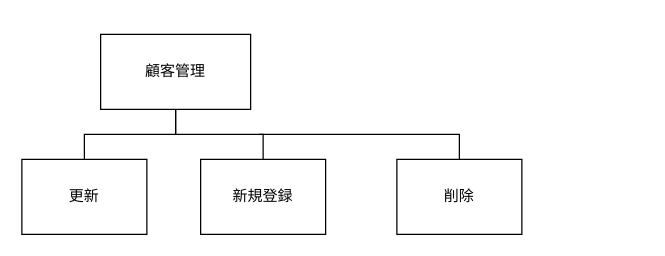
Earlier version of the draw.io diagram サブシステム構造図/顧客管理.drawio (Yamanin3/system-devel). Source tidied: cells renumbered, new cells numbered last; positions are measured from the earlier drawing's top-left corner, leaving out a move shared by most shapes. Both pictures are drawn from the tidied source at 125%, with x=0, y=0 at pixel (21, 34).
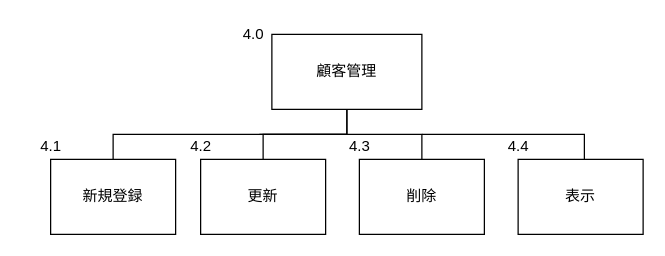
The same page after the edit.

Commit message:
内容を修正

The edit, as a diff of the source:
```diff
@@
 <mxGraphModel>
   <root>
     <mxCell id="0" />
     <mxCell id="1" parent="0" />
     <mxCell id="2" value="顧客管理" style="whiteSpace=wrap;html=1;align=center;" parent="1" vertex="1">
-      <mxGeometry x="63" width="120" height="60" as="geometry" />
+      <mxGeometry x="200" width="120" height="60" as="geometry" />
     </mxCell>
     <mxCell id="3" value="新規登録" style="whiteSpace=wrap;html=1;align=center;verticalAlign=middle;" parent="1" vertex="1">
-      <mxGeometry x="143" y="100" width="100" height="60" as="geometry" />
+      <mxGeometry x="23" y="100" width="100" height="60" as="geometry" />
     </mxCell>
-    <mxCell id="4" style="edgeStyle=elbowEdgeStyle;elbow=vertical;startArrow=none;endArrow=none;rounded=0;" parent="1" edge="1" target="3">
-      <mxGeometry relative="1" as="geometry">
-        <mxPoint x="123" y="60" as="sourcePoint" />
-      </mxGeometry>
+    <mxCell id="4" style="edgeStyle=elbowEdgeStyle;elbow=vertical;startArrow=none;endArrow=none;rounded=0;exitX=0.5;exitY=1;exitDx=0;exitDy=0;" parent="1" edge="1" source="2" target="3">
+      <mxGeometry relative="1" as="geometry" />
     </mxCell>
     <mxCell id="5" value="更新" style="whiteSpace=wrap;html=1;align=center;verticalAlign=middle;" parent="1" vertex="1">
-      <mxGeometry y="100" width="100" height="60" as="geometry" />
+      <mxGeometry x="143" y="100" width="100" height="60" as="geometry" />
     </mxCell>
     <mxCell id="6" style="edgeStyle=elbowEdgeStyle;elbow=vertical;startArrow=none;endArrow=none;rounded=0;exitX=0.5;exitY=1;exitDx=0;exitDy=0;" parent="1" edge="1" source="2" target="5">
       <mxGeometry relative="1" as="geometry" />
     </mxCell>
     <mxCell id="7" value="削除" style="whiteSpace=wrap;html=1;align=center;verticalAlign=middle;" parent="1" vertex="1">
-      <mxGeometry x="300" y="100" width="100" height="60" as="geometry" />
+      <mxGeometry x="270" y="100" width="100" height="60" as="geometry" />
     </mxCell>
-    <mxCell id="8" style="edgeStyle=elbowEdgeStyle;elbow=vertical;startArrow=none;endArrow=none;rounded=0;" parent="1" edge="1" target="7">
+    <mxCell id="8" style="edgeStyle=elbowEdgeStyle;elbow=vertical;startArrow=none;endArrow=none;rounded=0;entryX=0.5;entryY=0;entryDx=0;entryDy=0;" parent="1" edge="1" target="7">
       <mxGeometry relative="1" as="geometry">
         <mxPoint x="190" y="80" as="sourcePoint" />
         <Array as="points">
           <mxPoint x="270" y="80" />
         </Array>
       </mxGeometry>
     </mxCell>
+    <mxCell id="9" value="4.0" style="text;html=1;align=center;verticalAlign=middle;fillColor=none;strokeColor=none;rounded=0;" parent="1" vertex="1">
+      <mxGeometry x="170" y="-10" width="30" height="20" as="geometry" />
+    </mxCell>
+    <mxCell id="10" value="4.1" style="text;html=1;align=center;verticalAlign=middle;fillColor=none;strokeColor=none;rounded=0;" parent="1" vertex="1">
+      <mxGeometry x="8" y="80" width="30" height="20" as="geometry" />
+    </mxCell>
+    <mxCell id="11" value="4.2" style="text;html=1;align=center;verticalAlign=middle;fillColor=none;strokeColor=none;rounded=0;" parent="1" vertex="1">
+      <mxGeometry x="128" y="80" width="30" height="20" as="geometry" />
+    </mxCell>
+    <mxCell id="12" value="4.3" style="text;html=1;align=center;verticalAlign=middle;fillColor=none;strokeColor=none;rounded=0;" parent="1" vertex="1">
+      <mxGeometry x="255" y="80" width="30" height="20" as="geometry" />
+    </mxCell>
+    <mxCell id="13" value="表示" style="whiteSpace=wrap;html=1;align=center;verticalAlign=middle;" parent="1" vertex="1">
+      <mxGeometry x="397" y="100" width="100" height="60" as="geometry" />
+    </mxCell>
+    <mxCell id="14" style="edgeStyle=elbowEdgeStyle;elbow=vertical;startArrow=none;endArrow=none;rounded=0;entryX=0.5;entryY=0;entryDx=0;entryDy=0;" parent="1" edge="1">
+      <mxGeometry relative="1" as="geometry">
+        <mxPoint x="320" y="80" as="sourcePoint" />
+        <mxPoint x="450" y="100" as="targetPoint" />
+        <Array as="points">
+          <mxPoint x="400" y="80" />
+        </Array>
+      </mxGeometry>
+    </mxCell>
+    <mxCell id="15" value="4.4" style="text;html=1;align=center;verticalAlign=middle;fillColor=none;strokeColor=none;rounded=0;" parent="1" vertex="1">
+      <mxGeometry x="382" y="80" width="30" height="20" as="geometry" />
+    </mxCell>
   </root>
 </mxGraphModel>
```
